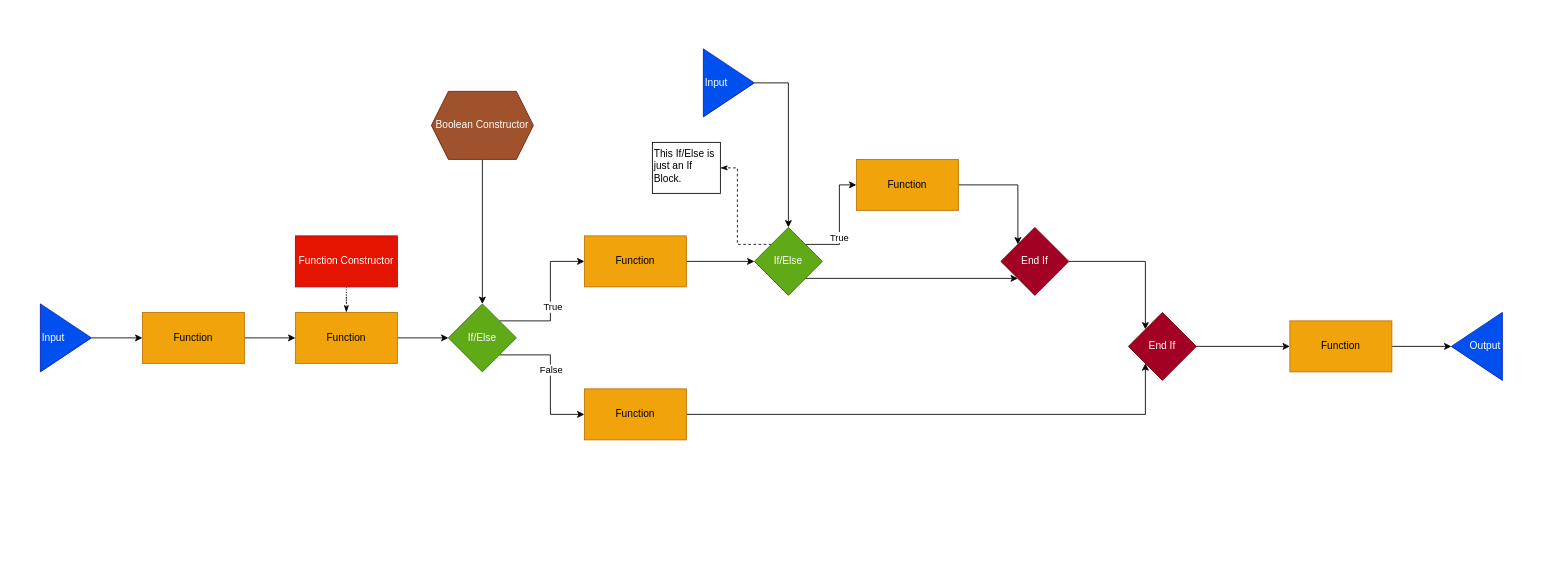
Above: New Language Examples/If Else.drawio in rohan843/dnncase (draw.io), before the change. Source tidied: cells renumbered, new cells numbered last; positions are measured from the earlier drawing's top-left corner, leaving out a move shared by most shapes. Both pictures are drawn from the tidied source at 85%, with x=0, y=0 at pixel (40, 48).
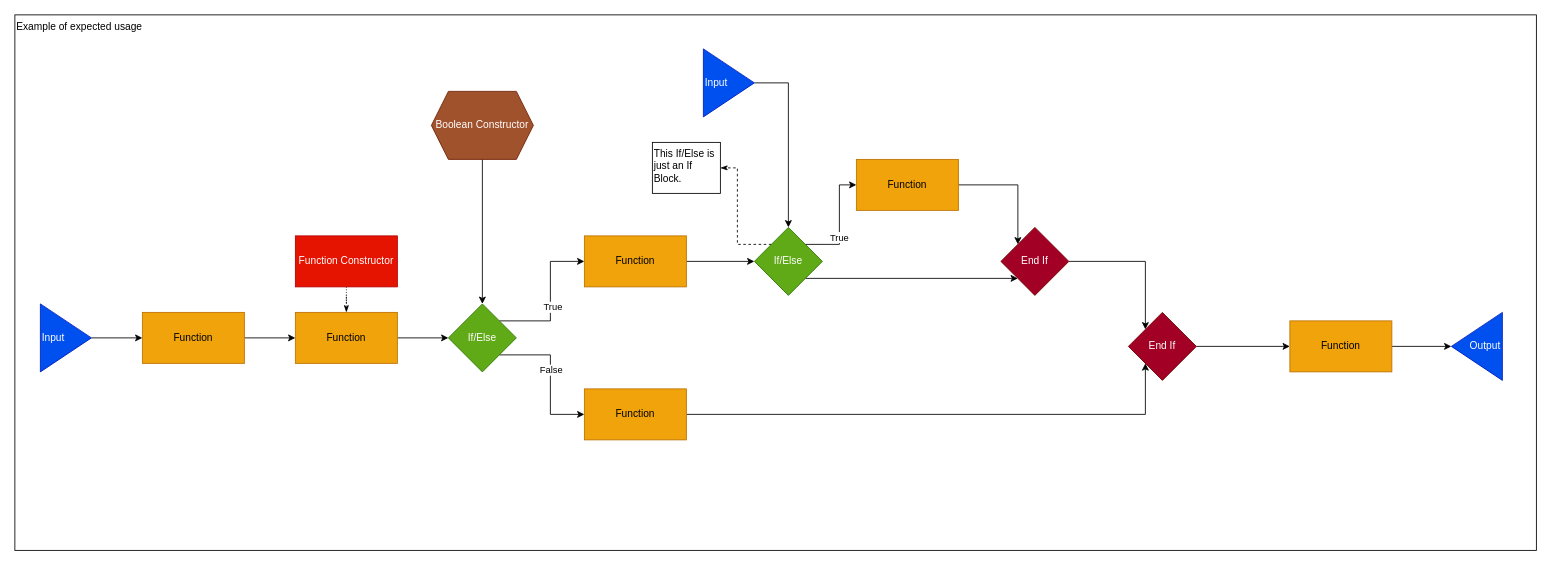
Above is the later version.

Commit message (it also covers changes not shown here):
fix: begin with enumeration of rules to manage if else

Diff of the diagram source:
```diff
@@
+    <mxCell id="38" value="Example of expected usage" style="text;html=1;strokeColor=default;fillColor=none;align=left;verticalAlign=top;whiteSpace=wrap;rounded=0;" parent="1" vertex="1">
+      <mxGeometry x="-30" y="-40" width="1790" height="630" as="geometry" />
+    </mxCell>
```
